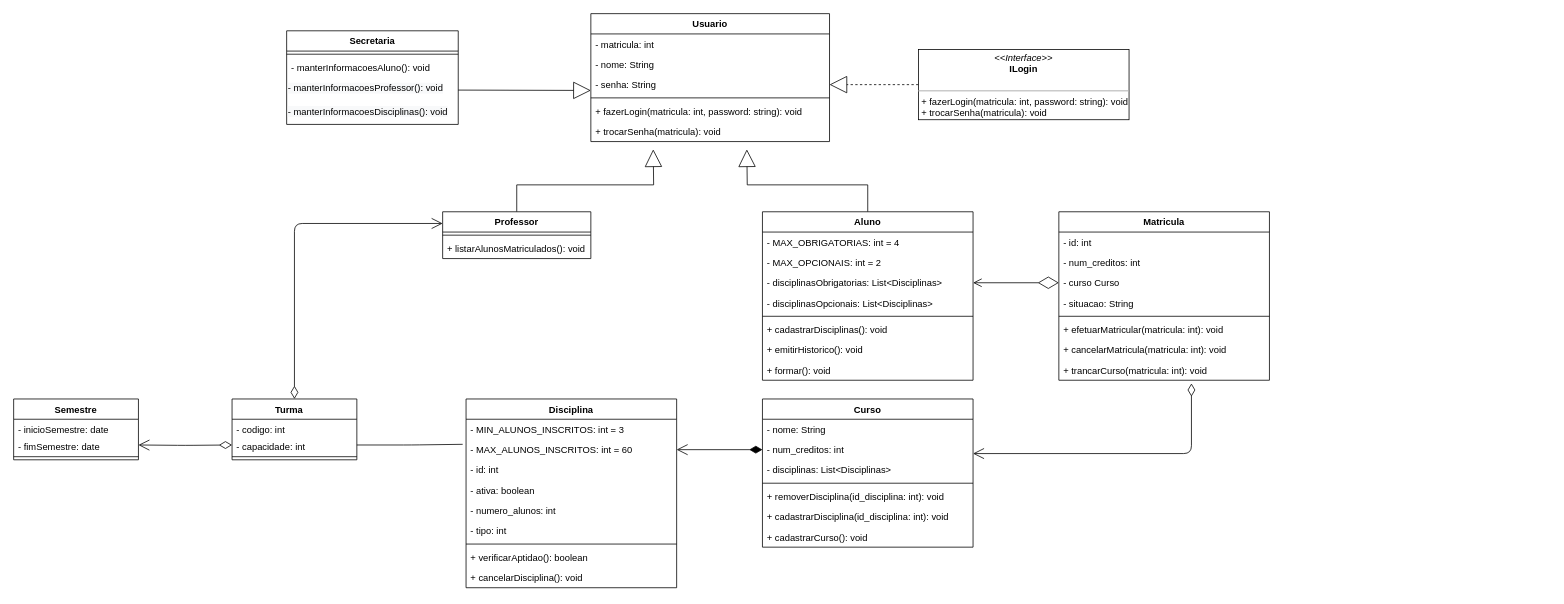
This is DIAGRAMA_CLASSE.drawio from joeyclapton/projeto, a draw.io file, before an edit. Source tidied: cells renumbered, new cells numbered last; positions are measured from the earlier drawing's top-left corner, leaving out a move shared by most shapes. Both pictures are drawn from the tidied source at 78%, with x=0, y=0 at pixel (13, 13).
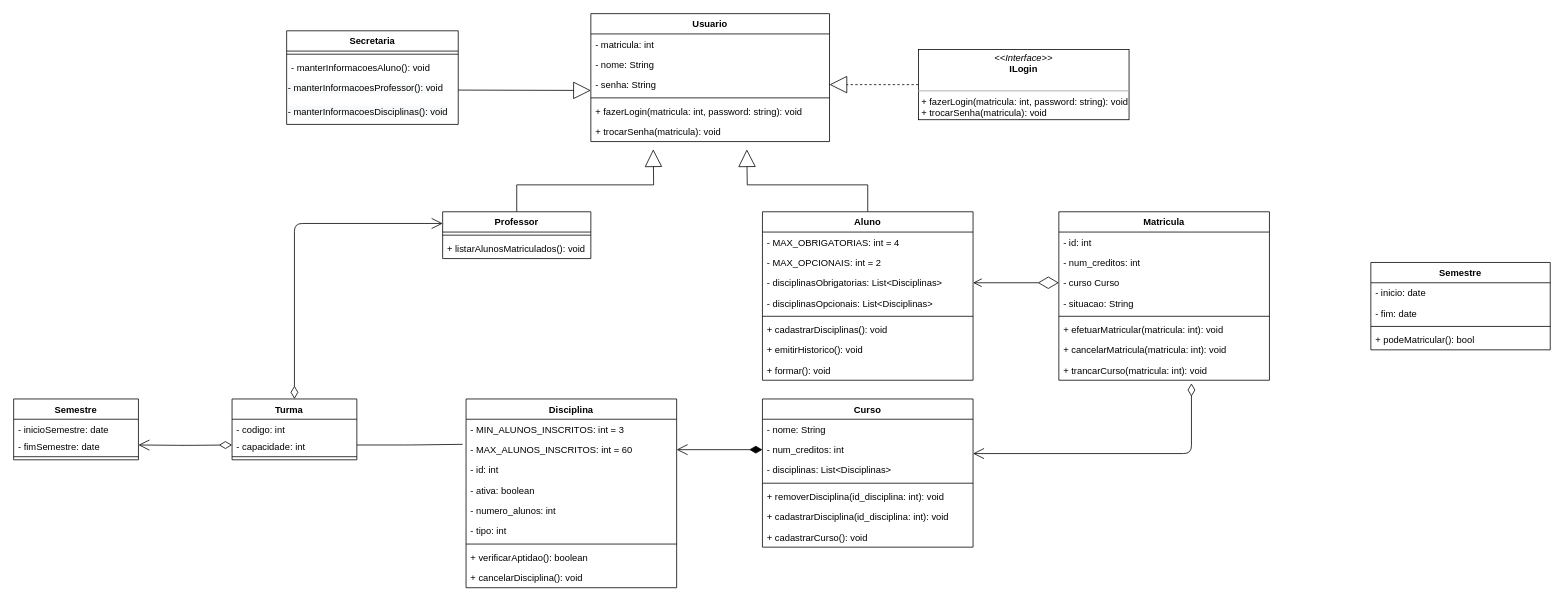
The same page after the edit.

Change to the diagram source:
```diff
@@
+    <mxCell id="72" value="Semestre" style="swimlane;fontStyle=1;align=center;verticalAlign=top;horizontal=1;startSize=26;" parent="1" vertex="1">
+      <mxGeometry x="1740" y="319" width="230" height="112" as="geometry" />
+    </mxCell>
+    <mxCell id="73" value="- inicio: date&#10;" style="text;strokeColor=none;fillColor=none;align=left;verticalAlign=top;spacingLeft=4;spacingRight=4;overflow=hidden;" parent="72" vertex="1">
+      <mxGeometry y="26" width="230" height="26" as="geometry" />
+    </mxCell>
+    <mxCell id="74" value="- fim: date&#10;" style="text;strokeColor=none;fillColor=none;align=left;verticalAlign=top;spacingLeft=4;spacingRight=4;overflow=hidden;" parent="72" vertex="1">
+      <mxGeometry y="52" width="230" height="26" as="geometry" />
+    </mxCell>
+    <mxCell id="75" style="line;strokeWidth=1;fillColor=none;align=left;verticalAlign=middle;spacingTop=-1;spacingLeft=3;spacingRight=3;labelPosition=right;" parent="72" vertex="1">
+      <mxGeometry y="78" width="230" height="8" as="geometry" />
+    </mxCell>
+    <mxCell id="76" value="+ podeMatricular(): bool" style="text;strokeColor=none;fillColor=none;align=left;verticalAlign=top;spacingLeft=4;spacingRight=4;overflow=hidden;" parent="72" vertex="1">
+      <mxGeometry y="86" width="230" height="26" as="geometry" />
+    </mxCell>
```
